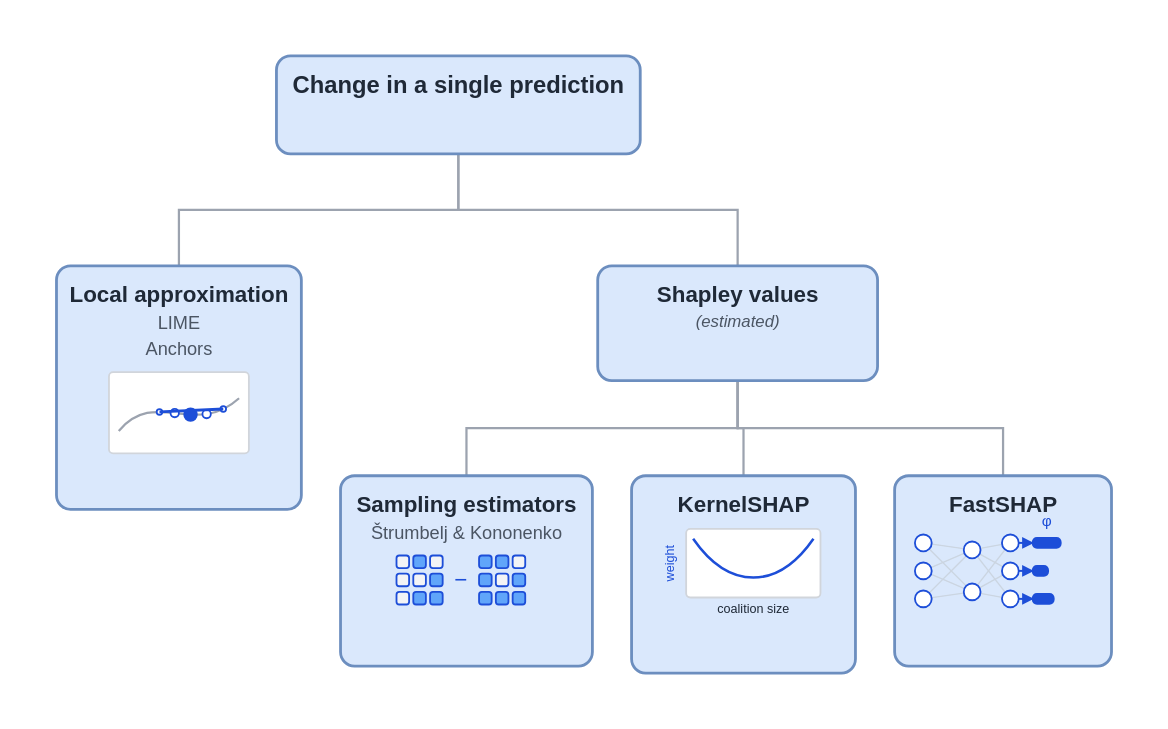
The draw.io diagram posts/explaining-black-box-predictions/diagrams/taxonomy_removal_prediction.drawio.svg in DMLF1/blog, before a commit. Source tidied: cells renumbered, new cells last; positions are measured from the earlier drawing's top-left corner, leaving out a move shared by most shapes.
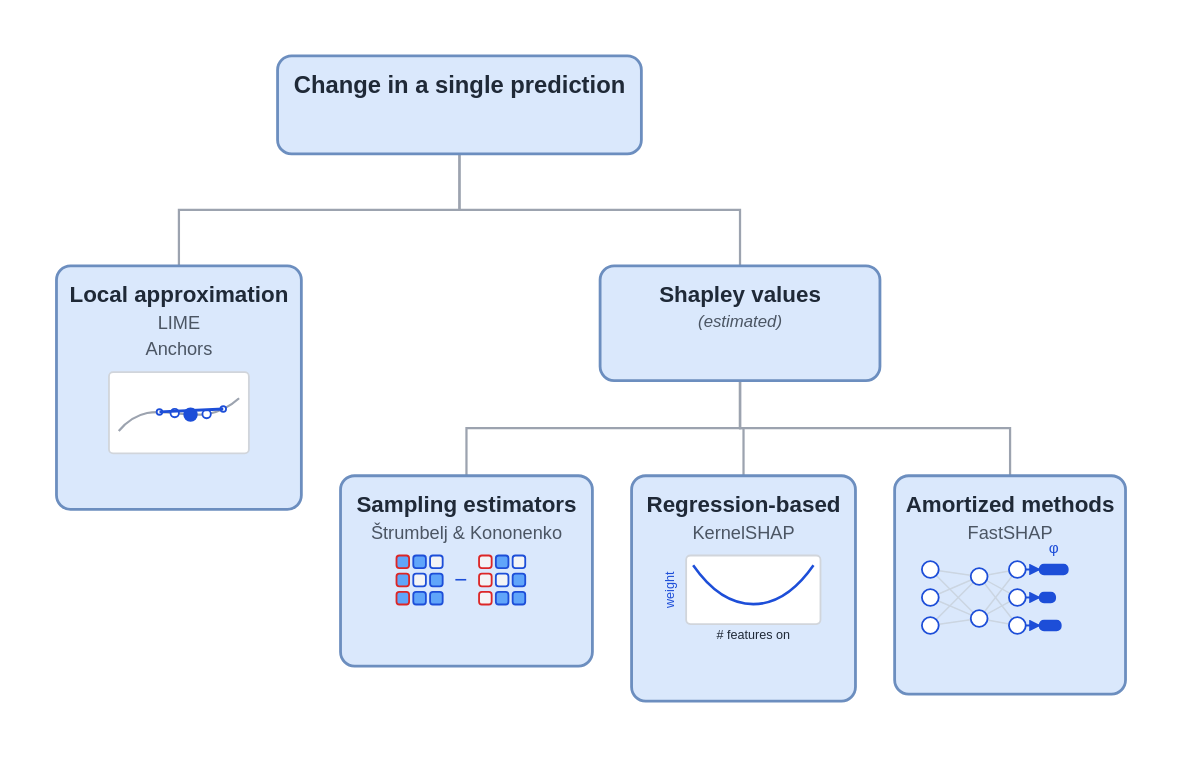
After the commit.

Commit message:
Fix sampling icon ordering/highlight; KernelSHAP/FastSHAP as methods not types; clarify local approximation text

Diff of the diagram source:
```diff
@@ -5,3 +5,3 @@
     <mxCell id="2" value="&lt;span style=&quot;font-size:17px;color:#1F2937;font-weight:bold;&quot;&gt;Change in a single prediction&lt;/span&gt;" style="rounded=1;whiteSpace=wrap;html=1;fillColor=#DAE8FC;strokeColor=#6C8EBF;strokeWidth=2;" parent="1" vertex="1">
-      <mxGeometry x="157" width="260" height="70" as="geometry" />
+      <mxGeometry x="158" width="260" height="70" as="geometry" />
     </mxCell>
@@ -45,3 +45,3 @@
     <mxCell id="12" value="&lt;span style=&quot;font-size:16px;color:#1F2937;font-weight:bold;&quot;&gt;Shapley values&lt;/span&gt;&lt;br&gt;&lt;span style=&quot;font-size:12px;color:#4B5563;font-style:italic;&quot;&gt;(estimated)&lt;/span&gt;" style="rounded=1;whiteSpace=wrap;html=1;fillColor=#DAE8FC;strokeColor=#6C8EBF;strokeWidth=2;" parent="1" vertex="1">
-      <mxGeometry x="387" y="150" width="200" height="82" as="geometry" />
+      <mxGeometry x="388" y="150" width="200" height="82" as="geometry" />
     </mxCell>
@@ -50,56 +50,56 @@
     </mxCell>
+    <mxCell id="23" style="rounded=1;whiteSpace=wrap;html=1;fillColor=#60A5FA;strokeColor=#DC2626;" parent="1" vertex="1">
+      <mxGeometry x="243" y="357" width="9" height="9" as="geometry" />
+    </mxCell>
+    <mxCell id="24" style="rounded=1;whiteSpace=wrap;html=1;fillColor=#60A5FA;strokeColor=#1D4ED8;" parent="1" vertex="1">
+      <mxGeometry x="255" y="357" width="9" height="9" as="geometry" />
+    </mxCell>
+    <mxCell id="25" style="rounded=1;whiteSpace=wrap;html=1;fillColor=#F3F4F6;strokeColor=#1D4ED8;" parent="1" vertex="1">
+      <mxGeometry x="267" y="357" width="9" height="9" as="geometry" />
+    </mxCell>
+    <mxCell id="26" style="rounded=1;whiteSpace=wrap;html=1;fillColor=#60A5FA;strokeColor=#DC2626;" parent="1" vertex="1">
+      <mxGeometry x="243" y="370" width="9" height="9" as="geometry" />
+    </mxCell>
+    <mxCell id="27" style="rounded=1;whiteSpace=wrap;html=1;fillColor=#F3F4F6;strokeColor=#1D4ED8;" parent="1" vertex="1">
+      <mxGeometry x="255" y="370" width="9" height="9" as="geometry" />
+    </mxCell>
+    <mxCell id="28" style="rounded=1;whiteSpace=wrap;html=1;fillColor=#60A5FA;strokeColor=#1D4ED8;" parent="1" vertex="1">
+      <mxGeometry x="267" y="370" width="9" height="9" as="geometry" />
+    </mxCell>
+    <mxCell id="29" style="rounded=1;whiteSpace=wrap;html=1;fillColor=#60A5FA;strokeColor=#DC2626;" parent="1" vertex="1">
+      <mxGeometry x="243" y="383" width="9" height="9" as="geometry" />
+    </mxCell>
+    <mxCell id="30" style="rounded=1;whiteSpace=wrap;html=1;fillColor=#60A5FA;strokeColor=#1D4ED8;" parent="1" vertex="1">
+      <mxGeometry x="255" y="383" width="9" height="9" as="geometry" />
+    </mxCell>
+    <mxCell id="31" style="rounded=1;whiteSpace=wrap;html=1;fillColor=#60A5FA;strokeColor=#1D4ED8;" parent="1" vertex="1">
+      <mxGeometry x="267" y="383" width="9" height="9" as="geometry" />
+    </mxCell>
-    <mxCell id="14" style="rounded=1;whiteSpace=wrap;html=1;fillColor=#F3F4F6;strokeColor=#1D4ED8;" parent="1" vertex="1">
-      <mxGeometry x="243" y="357" width="9" height="9" as="geometry" />
+    <mxCell id="14" style="rounded=1;whiteSpace=wrap;html=1;fillColor=#F3F4F6;strokeColor=#DC2626;" parent="1" vertex="1">
+      <mxGeometry x="302" y="357" width="9" height="9" as="geometry" />
     </mxCell>
     <mxCell id="15" style="rounded=1;whiteSpace=wrap;html=1;fillColor=#60A5FA;strokeColor=#1D4ED8;" parent="1" vertex="1">
-      <mxGeometry x="255" y="357" width="9" height="9" as="geometry" />
+      <mxGeometry x="314" y="357" width="9" height="9" as="geometry" />
     </mxCell>
     <mxCell id="16" style="rounded=1;whiteSpace=wrap;html=1;fillColor=#F3F4F6;strokeColor=#1D4ED8;" parent="1" vertex="1">
-      <mxGeometry x="267" y="357" width="9" height="9" as="geometry" />
+      <mxGeometry x="326" y="357" width="9" height="9" as="geometry" />
     </mxCell>
-    <mxCell id="17" style="rounded=1;whiteSpace=wrap;html=1;fillColor=#F3F4F6;strokeColor=#1D4ED8;" parent="1" vertex="1">
-      <mxGeometry x="243" y="370" width="9" height="9" as="geometry" />
+    <mxCell id="17" style="rounded=1;whiteSpace=wrap;html=1;fillColor=#F3F4F6;strokeColor=#DC2626;" parent="1" vertex="1">
+      <mxGeometry x="302" y="370" width="9" height="9" as="geometry" />
     </mxCell>
     <mxCell id="18" style="rounded=1;whiteSpace=wrap;html=1;fillColor=#F3F4F6;strokeColor=#1D4ED8;" parent="1" vertex="1">
-      <mxGeometry x="255" y="370" width="9" height="9" as="geometry" />
+      <mxGeometry x="314" y="370" width="9" height="9" as="geometry" />
     </mxCell>
     <mxCell id="19" style="rounded=1;whiteSpace=wrap;html=1;fillColor=#60A5FA;strokeColor=#1D4ED8;" parent="1" vertex="1">
-      <mxGeometry x="267" y="370" width="9" height="9" as="geometry" />
+      <mxGeometry x="326" y="370" width="9" height="9" as="geometry" />
     </mxCell>
-    <mxCell id="20" style="rounded=1;whiteSpace=wrap;html=1;fillColor=#F3F4F6;strokeColor=#1D4ED8;" parent="1" vertex="1">
-      <mxGeometry x="243" y="383" width="9" height="9" as="geometry" />
+    <mxCell id="20" style="rounded=1;whiteSpace=wrap;html=1;fillColor=#F3F4F6;strokeColor=#DC2626;" parent="1" vertex="1">
+      <mxGeometry x="302" y="383" width="9" height="9" as="geometry" />
     </mxCell>
     <mxCell id="21" style="rounded=1;whiteSpace=wrap;html=1;fillColor=#60A5FA;strokeColor=#1D4ED8;" parent="1" vertex="1">
-      <mxGeometry x="255" y="383" width="9" height="9" as="geometry" />
+      <mxGeometry x="314" y="383" width="9" height="9" as="geometry" />
     </mxCell>
     <mxCell id="22" style="rounded=1;whiteSpace=wrap;html=1;fillColor=#60A5FA;strokeColor=#1D4ED8;" parent="1" vertex="1">
-      <mxGeometry x="267" y="383" width="9" height="9" as="geometry" />
+      <mxGeometry x="326" y="383" width="9" height="9" as="geometry" />
     </mxCell>
-    <mxCell id="23" style="rounded=1;whiteSpace=wrap;html=1;fillColor=#60A5FA;strokeColor=#1D4ED8;" parent="1" vertex="1">
-      <mxGeometry x="302" y="357" width="9" height="9" as="geometry" />
-    </mxCell>
-    <mxCell id="24" style="rounded=1;whiteSpace=wrap;html=1;fillColor=#60A5FA;strokeColor=#1D4ED8;" parent="1" vertex="1">
-      <mxGeometry x="314" y="357" width="9" height="9" as="geometry" />
-    </mxCell>
-    <mxCell id="25" style="rounded=1;whiteSpace=wrap;html=1;fillColor=#F3F4F6;strokeColor=#1D4ED8;" parent="1" vertex="1">
-      <mxGeometry x="326" y="357" width="9" height="9" as="geometry" />
-    </mxCell>
-    <mxCell id="26" style="rounded=1;whiteSpace=wrap;html=1;fillColor=#60A5FA;strokeColor=#1D4ED8;" parent="1" vertex="1">
-      <mxGeometry x="302" y="370" width="9" height="9" as="geometry" />
-    </mxCell>
-    <mxCell id="27" style="rounded=1;whiteSpace=wrap;html=1;fillColor=#F3F4F6;strokeColor=#1D4ED8;" parent="1" vertex="1">
-      <mxGeometry x="314" y="370" width="9" height="9" as="geometry" />
-    </mxCell>
-    <mxCell id="28" style="rounded=1;whiteSpace=wrap;html=1;fillColor=#60A5FA;strokeColor=#1D4ED8;" parent="1" vertex="1">
-      <mxGeometry x="326" y="370" width="9" height="9" as="geometry" />
-    </mxCell>
-    <mxCell id="29" style="rounded=1;whiteSpace=wrap;html=1;fillColor=#60A5FA;strokeColor=#1D4ED8;" parent="1" vertex="1">
-      <mxGeometry x="302" y="383" width="9" height="9" as="geometry" />
-    </mxCell>
-    <mxCell id="30" style="rounded=1;whiteSpace=wrap;html=1;fillColor=#60A5FA;strokeColor=#1D4ED8;" parent="1" vertex="1">
-      <mxGeometry x="314" y="383" width="9" height="9" as="geometry" />
-    </mxCell>
-    <mxCell id="31" style="rounded=1;whiteSpace=wrap;html=1;fillColor=#60A5FA;strokeColor=#1D4ED8;" parent="1" vertex="1">
-      <mxGeometry x="326" y="383" width="9" height="9" as="geometry" />
-    </mxCell>
     <mxCell id="32" value="−" style="text;html=1;align=center;verticalAlign=middle;fontSize=16;fontColor=#1D4ED8;" parent="1" vertex="1">
@@ -107,7 +107,7 @@
     </mxCell>
-    <mxCell id="33" value="&lt;span style=&quot;font-size:16px;color:#1F2937;font-weight:bold;&quot;&gt;KernelSHAP&lt;/span&gt;" style="rounded=1;whiteSpace=wrap;html=1;fillColor=#DAE8FC;strokeColor=#6C8EBF;strokeWidth=2;" parent="1" vertex="1">
-      <mxGeometry x="411" y="300" width="160" height="141" as="geometry" />
+    <mxCell id="33" value="&lt;span style=&quot;font-size:16px;color:#1F2937;font-weight:bold;&quot;&gt;Regression-based&lt;/span&gt;&lt;br&gt;&lt;span style=&quot;font-size:13px;color:#4B5563;&quot;&gt;KernelSHAP&lt;/span&gt;" style="rounded=1;whiteSpace=wrap;html=1;fillColor=#DAE8FC;strokeColor=#6C8EBF;strokeWidth=2;" parent="1" vertex="1">
+      <mxGeometry x="411" y="300" width="160" height="161" as="geometry" />
     </mxCell>
     <mxCell id="34" style="rounded=1;whiteSpace=wrap;html=1;fillColor=#FFFFFF;strokeColor=#D1D5DB;" parent="1" vertex="1">
-      <mxGeometry x="450" y="338" width="96" height="49" as="geometry" />
+      <mxGeometry x="450" y="357" width="96" height="49" as="geometry" />
     </mxCell>
@@ -115,7 +115,7 @@
       <mxGeometry relative="1" as="geometry">
-        <mxPoint x="455" y="345" as="sourcePoint" />
-        <mxPoint x="541" y="345" as="targetPoint" />
+        <mxPoint x="455" y="364" as="sourcePoint" />
+        <mxPoint x="541" y="364" as="targetPoint" />
         <Array as="points">
-          <mxPoint x="481" y="382" />
-          <mxPoint x="515" y="382" />
+          <mxPoint x="481" y="401" />
+          <mxPoint x="515" y="401" />
         </Array>
@@ -124,9 +124,9 @@
     <mxCell id="36" value="weight" style="text;html=1;align=center;verticalAlign=middle;fontSize=9;fontColor=#1D4ED8;rotation=270;" parent="1" vertex="1">
-      <mxGeometry x="425" y="344" width="36" height="14" as="geometry" />
+      <mxGeometry x="425" y="364" width="36" height="14" as="geometry" />
     </mxCell>
-    <mxCell id="37" value="coalition size" style="text;html=1;align=center;verticalAlign=middle;fontSize=9;fontColor=#1D4ED8;" parent="1" vertex="1">
-      <mxGeometry x="450" y="389" width="96" height="14" as="geometry" />
+    <mxCell id="37" value="# features on" style="text;html=1;align=center;verticalAlign=middle;fontSize=9;fontColor=#1D4ED8;" parent="1" vertex="1">
+      <mxGeometry x="450" y="408" width="96" height="14" as="geometry" />
     </mxCell>
-    <mxCell id="38" value="&lt;span style=&quot;font-size:16px;color:#1F2937;font-weight:bold;&quot;&gt;FastSHAP&lt;/span&gt;" style="rounded=1;whiteSpace=wrap;html=1;fillColor=#DAE8FC;strokeColor=#6C8EBF;strokeWidth=2;" parent="1" vertex="1">
-      <mxGeometry x="599" y="300" width="155" height="136" as="geometry" />
+    <mxCell id="38" value="&lt;span style=&quot;font-size:16px;color:#1F2937;font-weight:bold;&quot;&gt;Amortized methods&lt;/span&gt;&lt;br&gt;&lt;span style=&quot;font-size:13px;color:#4B5563;&quot;&gt;FastSHAP&lt;/span&gt;" style="rounded=1;whiteSpace=wrap;html=1;fillColor=#DAE8FC;strokeColor=#6C8EBF;strokeWidth=2;" parent="1" vertex="1">
+      <mxGeometry x="599" y="300" width="165" height="156" as="geometry" />
     </mxCell>
@@ -134,4 +134,4 @@
       <mxGeometry relative="1" as="geometry">
-        <mxPoint x="620" y="348" as="sourcePoint" />
-        <mxPoint x="654" y="353" as="targetPoint" />
+        <mxPoint x="624" y="367" as="sourcePoint" />
+        <mxPoint x="659" y="372" as="targetPoint" />
       </mxGeometry>
@@ -140,4 +140,4 @@
       <mxGeometry relative="1" as="geometry">
-        <mxPoint x="620" y="348" as="sourcePoint" />
-        <mxPoint x="654" y="383" as="targetPoint" />
+        <mxPoint x="624" y="367" as="sourcePoint" />
+        <mxPoint x="659" y="402" as="targetPoint" />
       </mxGeometry>
@@ -146,4 +146,4 @@
       <mxGeometry relative="1" as="geometry">
-        <mxPoint x="620" y="368" as="sourcePoint" />
-        <mxPoint x="654" y="353" as="targetPoint" />
+        <mxPoint x="624" y="387" as="sourcePoint" />
+        <mxPoint x="659" y="372" as="targetPoint" />
       </mxGeometry>
@@ -152,4 +152,4 @@
       <mxGeometry relative="1" as="geometry">
-        <mxPoint x="620" y="368" as="sourcePoint" />
-        <mxPoint x="654" y="383" as="targetPoint" />
+        <mxPoint x="624" y="387" as="sourcePoint" />
+        <mxPoint x="659" y="402" as="targetPoint" />
       </mxGeometry>
@@ -158,4 +158,4 @@
       <mxGeometry relative="1" as="geometry">
-        <mxPoint x="620" y="388" as="sourcePoint" />
-        <mxPoint x="654" y="353" as="targetPoint" />
+        <mxPoint x="624" y="407" as="sourcePoint" />
+        <mxPoint x="659" y="372" as="targetPoint" />
       </mxGeometry>
@@ -164,4 +164,4 @@
       <mxGeometry relative="1" as="geometry">
-        <mxPoint x="620" y="388" as="sourcePoint" />
-        <mxPoint x="654" y="383" as="targetPoint" />
+        <mxPoint x="624" y="407" as="sourcePoint" />
+        <mxPoint x="659" y="402" as="targetPoint" />
       </mxGeometry>
@@ -170,4 +170,4 @@
       <mxGeometry relative="1" as="geometry">
-        <mxPoint x="654" y="353" as="sourcePoint" />
-        <mxPoint x="682" y="348" as="targetPoint" />
+        <mxPoint x="659" y="372" as="sourcePoint" />
+        <mxPoint x="687" y="367" as="targetPoint" />
       </mxGeometry>
@@ -176,4 +176,4 @@
       <mxGeometry relative="1" as="geometry">
-        <mxPoint x="654" y="353" as="sourcePoint" />
-        <mxPoint x="682" y="368" as="targetPoint" />
+        <mxPoint x="659" y="372" as="sourcePoint" />
+        <mxPoint x="687" y="387" as="targetPoint" />
       </mxGeometry>
@@ -182,4 +182,4 @@
       <mxGeometry relative="1" as="geometry">
-        <mxPoint x="654" y="353" as="sourcePoint" />
-        <mxPoint x="682" y="388" as="targetPoint" />
+        <mxPoint x="659" y="372" as="sourcePoint" />
+        <mxPoint x="687" y="407" as="targetPoint" />
       </mxGeometry>
@@ -188,4 +188,4 @@
       <mxGeometry relative="1" as="geometry">
-        <mxPoint x="654" y="383" as="sourcePoint" />
-        <mxPoint x="682" y="348" as="targetPoint" />
+        <mxPoint x="659" y="402" as="sourcePoint" />
+        <mxPoint x="687" y="367" as="targetPoint" />
       </mxGeometry>
@@ -194,4 +194,4 @@
       <mxGeometry relative="1" as="geometry">
-        <mxPoint x="654" y="383" as="sourcePoint" />
-        <mxPoint x="682" y="368" as="targetPoint" />
+        <mxPoint x="659" y="402" as="sourcePoint" />
+        <mxPoint x="687" y="387" as="targetPoint" />
       </mxGeometry>
@@ -200,4 +200,4 @@
       <mxGeometry relative="1" as="geometry">
-        <mxPoint x="654" y="383" as="sourcePoint" />
-        <mxPoint x="682" y="388" as="targetPoint" />
+        <mxPoint x="659" y="402" as="sourcePoint" />
+        <mxPoint x="687" y="407" as="targetPoint" />
       </mxGeometry>
@@ -205,24 +205,24 @@
     <mxCell id="51" style="ellipse;whiteSpace=wrap;html=1;fillColor=#FFFFFF;strokeColor=#1D4ED8;" parent="1" vertex="1">
-      <mxGeometry x="614" y="342" width="12" height="12" as="geometry" />
+      <mxGeometry x="618" y="361" width="12" height="12" as="geometry" />
     </mxCell>
     <mxCell id="52" style="ellipse;whiteSpace=wrap;html=1;fillColor=#FFFFFF;strokeColor=#1D4ED8;" parent="1" vertex="1">
-      <mxGeometry x="614" y="362" width="12" height="12" as="geometry" />
+      <mxGeometry x="618" y="381" width="12" height="12" as="geometry" />
     </mxCell>
     <mxCell id="53" style="ellipse;whiteSpace=wrap;html=1;fillColor=#FFFFFF;strokeColor=#1D4ED8;" parent="1" vertex="1">
-      <mxGeometry x="614" y="382" width="12" height="12" as="geometry" />
+      <mxGeometry x="618" y="401" width="12" height="12" as="geometry" />
     </mxCell>
     <mxCell id="54" style="ellipse;whiteSpace=wrap;html=1;fillColor=#FFFFFF;strokeColor=#1D4ED8;" parent="1" vertex="1">
-      <mxGeometry x="648" y="347" width="12" height="12" as="geometry" />
+      <mxGeometry x="653" y="366" width="12" height="12" as="geometry" />
     </mxCell>
     <mxCell id="55" style="ellipse;whiteSpace=wrap;html=1;fillColor=#FFFFFF;strokeColor=#1D4ED8;" parent="1" vertex="1">
-      <mxGeometry x="648" y="377" width="12" height="12" as="geometry" />
+      <mxGeometry x="653" y="396" width="12" height="12" as="geometry" />
     </mxCell>
     <mxCell id="56" style="ellipse;whiteSpace=wrap;html=1;fillColor=#FFFFFF;strokeColor=#1D4ED8;" parent="1" vertex="1">
-      <mxGeometry x="676" y="342" width="12" height="12" as="geometry" />
+      <mxGeometry x="681" y="361" width="12" height="12" as="geometry" />
     </mxCell>
     <mxCell id="57" style="ellipse;whiteSpace=wrap;html=1;fillColor=#FFFFFF;strokeColor=#1D4ED8;" parent="1" vertex="1">
-      <mxGeometry x="676" y="362" width="12" height="12" as="geometry" />
+      <mxGeometry x="681" y="381" width="12" height="12" as="geometry" />
     </mxCell>
     <mxCell id="58" style="ellipse;whiteSpace=wrap;html=1;fillColor=#FFFFFF;strokeColor=#1D4ED8;" parent="1" vertex="1">
-      <mxGeometry x="676" y="382" width="12" height="12" as="geometry" />
+      <mxGeometry x="681" y="401" width="12" height="12" as="geometry" />
     </mxCell>
@@ -230,4 +230,4 @@
       <mxGeometry relative="1" as="geometry">
-        <mxPoint x="688" y="348" as="sourcePoint" />
-        <mxPoint x="698" y="348" as="targetPoint" />
+        <mxPoint x="693" y="367" as="sourcePoint" />
+        <mxPoint x="703" y="367" as="targetPoint" />
       </mxGeometry>
@@ -235,3 +235,3 @@
     <mxCell id="60" style="rounded=1;whiteSpace=wrap;html=1;fillColor=#1D4ED8;strokeColor=#1D4ED8;" parent="1" vertex="1">
-      <mxGeometry x="698" y="344" width="20" height="7" as="geometry" />
+      <mxGeometry x="703" y="364" width="20" height="7" as="geometry" />
     </mxCell>
@@ -239,4 +239,4 @@
       <mxGeometry relative="1" as="geometry">
-        <mxPoint x="688" y="368" as="sourcePoint" />
-        <mxPoint x="698" y="368" as="targetPoint" />
+        <mxPoint x="693" y="387" as="sourcePoint" />
+        <mxPoint x="703" y="387" as="targetPoint" />
       </mxGeometry>
@@ -244,3 +244,3 @@
     <mxCell id="62" style="rounded=1;whiteSpace=wrap;html=1;fillColor=#1D4ED8;strokeColor=#1D4ED8;" parent="1" vertex="1">
-      <mxGeometry x="698" y="364" width="11" height="7" as="geometry" />
+      <mxGeometry x="703" y="384" width="11" height="7" as="geometry" />
     </mxCell>
@@ -248,4 +248,4 @@
       <mxGeometry relative="1" as="geometry">
-        <mxPoint x="688" y="388" as="sourcePoint" />
-        <mxPoint x="698" y="388" as="targetPoint" />
+        <mxPoint x="693" y="407" as="sourcePoint" />
+        <mxPoint x="703" y="407" as="targetPoint" />
       </mxGeometry>
@@ -253,6 +253,6 @@
     <mxCell id="64" style="rounded=1;whiteSpace=wrap;html=1;fillColor=#1D4ED8;strokeColor=#1D4ED8;" parent="1" vertex="1">
-      <mxGeometry x="698" y="384" width="15" height="7" as="geometry" />
+      <mxGeometry x="703" y="404" width="15" height="7" as="geometry" />
     </mxCell>
     <mxCell id="65" value="φ" style="text;html=1;align=center;verticalAlign=middle;fontSize=12;fontColor=#1D4ED8;" parent="1" vertex="1">
-      <mxGeometry x="700" y="326" width="16" height="14" as="geometry" />
+      <mxGeometry x="705" y="345" width="16" height="14" as="geometry" />
     </mxCell>
```
